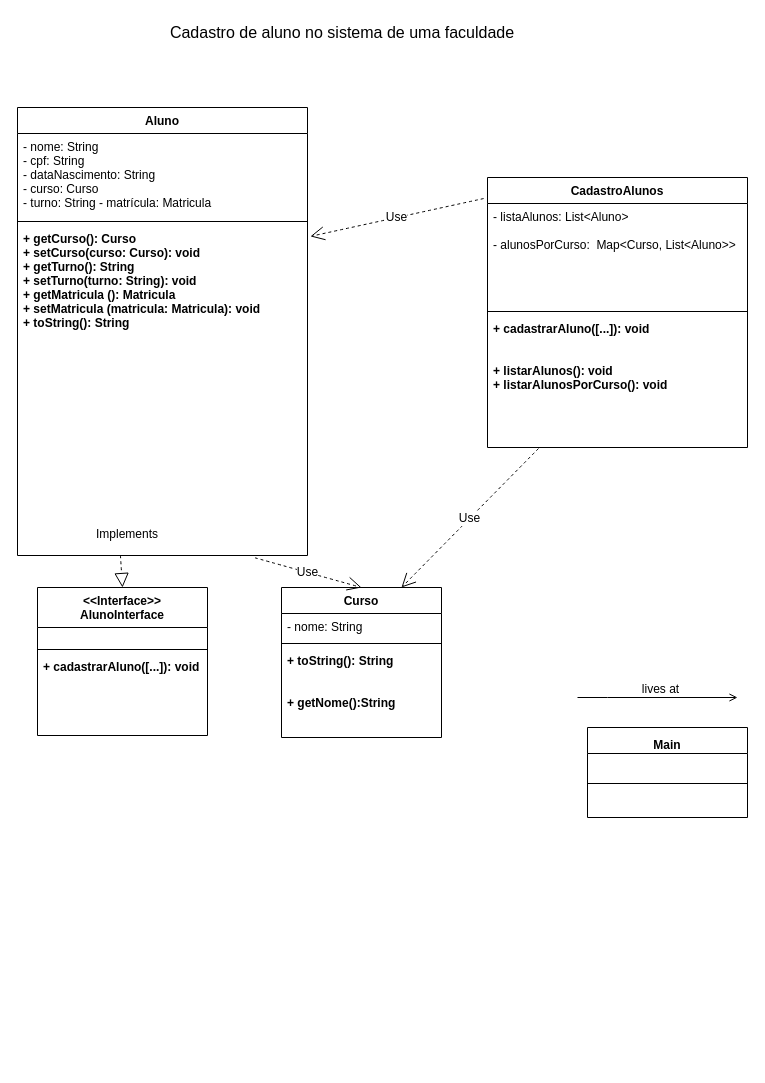
Before: Untitled Diagram.drawio in Ju300/teste, a draw.io diagram. Source tidied: cells renumbered, new cells numbered last; positions are measured from the earlier drawing's top-left corner, leaving out a move shared by most shapes. Both pictures are drawn from the tidied source at 100%, with x=0, y=0 at pixel (17, 17).
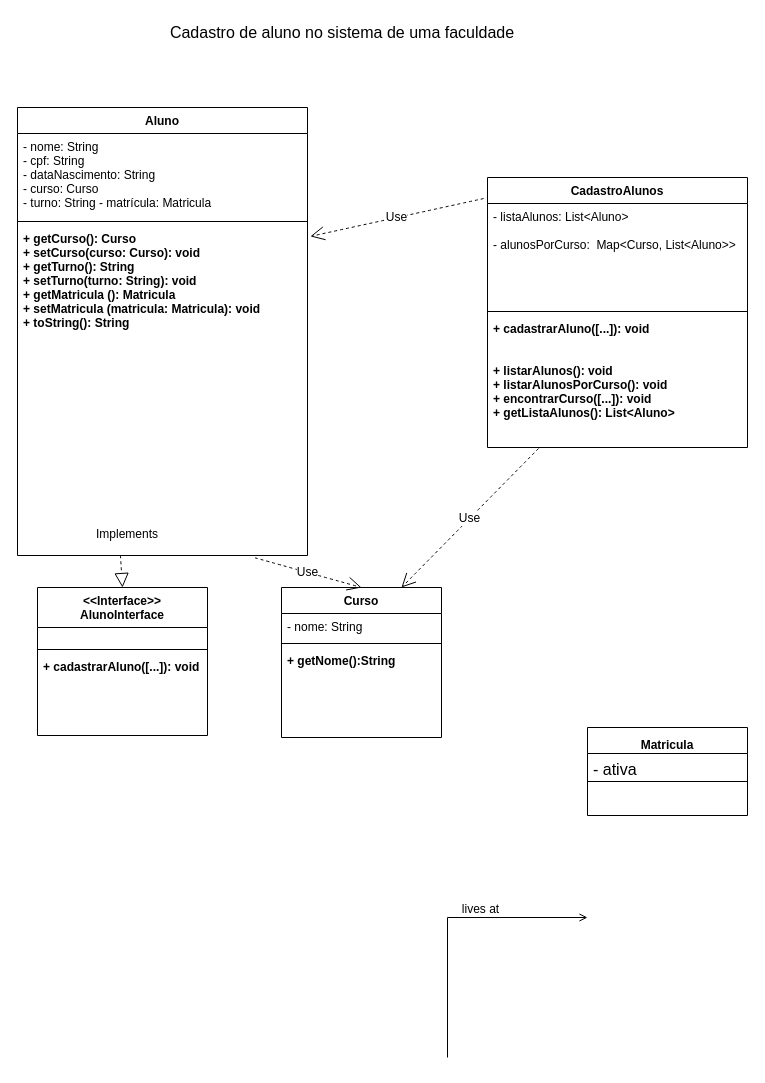
The same diagram, later.

The change refers to these unchanged cells:
```xml
<mxCell id="10" value="Curso" style="swimlane;fontStyle=1;align=center;verticalAlign=top;horizontal=1;startSize=26;rounded=0;shadow=0;strokeWidth=1;" parent="1" vertex="1">
  <mxGeometry x="264" y="570" width="160" height="150" as="geometry" />
</mxCell>
<mxCell id="14" value="CadastroAlunos" style="swimlane;fontStyle=1;align=center;verticalAlign=top;horizontal=1;startSize=26;rounded=0;shadow=0;strokeWidth=1;" parent="1" vertex="1">
  <mxGeometry x="470" y="160" width="260" height="270" as="geometry" />
</mxCell>
```

The edit, as a diff of the source:
```diff
@@
-    <mxCell id="13" value="+ toString(): String&#10;&#10;&#10;+ getNome():String " style="text;align=left;verticalAlign=top;spacingLeft=4;spacingRight=4;overflow=hidden;fontStyle=1;" parent="10" vertex="1">
+    <mxCell id="13" value="+ getNome():String " style="text;align=left;verticalAlign=top;spacingLeft=4;spacingRight=4;overflow=hidden;fontStyle=1;" parent="10" vertex="1">
       <mxGeometry y="60" width="160" height="90" as="geometry" />
     </mxCell>
@@
-    <mxCell id="17" value="+ cadastrarAluno([...]): void&#10;&#10;&#10;+ listarAlunos(): void&#10;+ listarAlunosPorCurso(): void&#10;&#10;&#10;" style="text;align=left;verticalAlign=top;spacingLeft=4;spacingRight=4;overflow=hidden;points=[[0,0.5],[1,0.5]];portConstraint=eastwest;fontStyle=1;" parent="14" vertex="1">
+    <mxCell id="17" value="+ cadastrarAluno([...]): void&#10;&#10;&#10;+ listarAlunos(): void&#10;+ listarAlunosPorCurso(): void&#10;+ encontrarCurso([...]): void&#10;+ getListaAlunos(): List&lt;Aluno&gt;&#10;&#10;" style="text;align=left;verticalAlign=top;spacingLeft=4;spacingRight=4;overflow=hidden;points=[[0,0.5],[1,0.5]];portConstraint=eastwest;fontStyle=1;" parent="14" vertex="1">
       <mxGeometry y="138" width="260" height="132" as="geometry" />
     </mxCell>
     <mxCell id="18" style="endArrow=open;shadow=0;strokeWidth=1;rounded=0;endFill=1;edgeStyle=elbowEdgeStyle;elbow=vertical;" parent="1" edge="1">
       <mxGeometry x="0.5" y="41" relative="1" as="geometry">
-        <mxPoint x="560" y="680" as="sourcePoint" />
-        <mxPoint x="720" y="680" as="targetPoint" />
+        <mxPoint x="430" y="1040" as="sourcePoint" />
+        <mxPoint x="570" y="900" as="targetPoint" />
         <Array as="points">
-          <mxPoint x="590" y="680" />
+          <mxPoint x="440" y="900" />
         </Array>
         <mxPoint x="-40" y="32" as="offset" />
       </mxGeometry>
     </mxCell>
@@
-    <mxCell id="20" value="&lt;font style=&quot;font-size: 12px;&quot;&gt;Main&lt;/font&gt;" style="swimlane;fontStyle=1;align=center;verticalAlign=top;horizontal=1;startSize=26;whiteSpace=wrap;html=1;fontSize=16;" parent="1" vertex="1">
-      <mxGeometry x="570" y="710" width="160" height="90" as="geometry" />
+    <mxCell id="20" value="&lt;span style=&quot;font-size: 12px;&quot;&gt;Matricula&lt;/span&gt;" style="swimlane;fontStyle=1;align=center;verticalAlign=top;horizontal=1;startSize=26;whiteSpace=wrap;html=1;fontSize=16;" parent="1" vertex="1">
+      <mxGeometry x="570" y="710" width="160" height="88" as="geometry" />
     </mxCell>
-    <mxCell id="21" value="&amp;nbsp;" style="text;strokeColor=none;fillColor=none;align=left;verticalAlign=top;spacingLeft=4;spacingRight=4;overflow=hidden;whiteSpace=wrap;html=1;fontSize=16;" parent="20" vertex="1">
-      <mxGeometry y="26" width="160" height="26" as="geometry" />
+    <mxCell id="21" value="- ativa" style="text;strokeColor=none;fillColor=none;align=left;verticalAlign=top;spacingLeft=4;spacingRight=4;overflow=hidden;whiteSpace=wrap;html=1;fontSize=16;" parent="20" vertex="1">
+      <mxGeometry y="26" width="160" height="24" as="geometry" />
     </mxCell>
     <mxCell id="22" style="line;strokeWidth=1;fillColor=none;align=left;verticalAlign=middle;spacingTop=-1;spacingLeft=3;spacingRight=3;labelPosition=right;strokeColor=inherit;fontSize=16;" parent="20" vertex="1">
-      <mxGeometry y="52" width="160" height="8" as="geometry" />
+      <mxGeometry y="50" width="160" height="8" as="geometry" />
     </mxCell>
     <mxCell id="23" value="&amp;nbsp;" style="text;strokeColor=none;fillColor=none;align=left;verticalAlign=top;spacingLeft=4;spacingRight=4;overflow=hidden;whiteSpace=wrap;html=1;fontSize=16;" parent="20" vertex="1">
-      <mxGeometry y="60" width="160" height="30" as="geometry" />
+      <mxGeometry y="58" width="160" height="30" as="geometry" />
     </mxCell>
```
